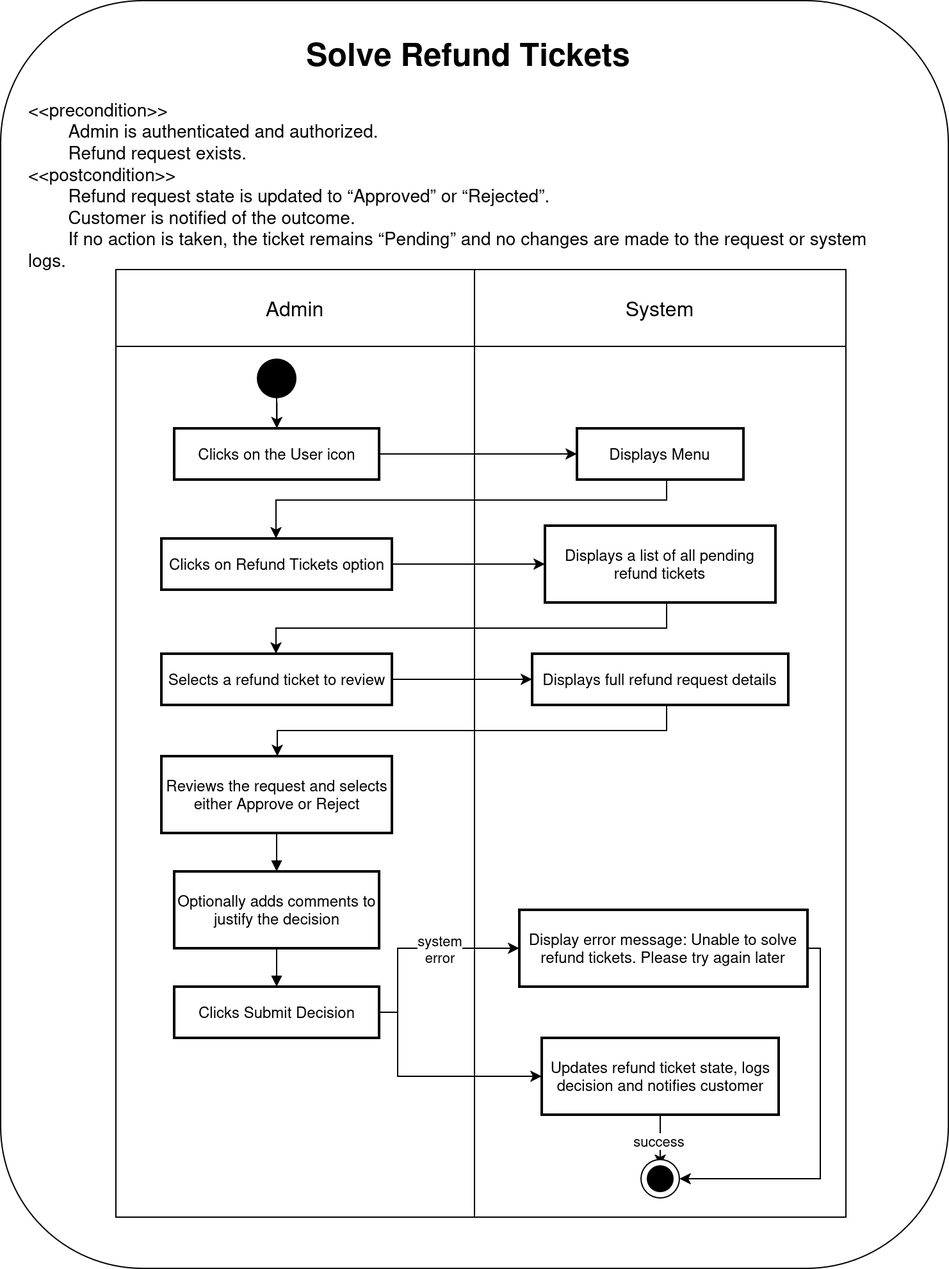
auphong2707/PTTKHT-Final-Report keeps this draw.io diagram as Activity_Diagram/A5.drawio.png. Above is the earlier version. Source tidied: cells renumbered, new cells last; positions are measured from the earlier drawing's top-left corner, leaving out a move shared by most shapes. Its diagram source:
```xml
<mxGraphModel>
  <root>
    <mxCell id="0" />
    <mxCell id="1" parent="0" />
    <mxCell id="2" style="rounded=1;whiteSpace=wrap;html=1;" parent="1" vertex="1">
      <mxGeometry width="740" height="990" as="geometry" />
    </mxCell>
    <mxCell id="3" style="whiteSpace=wrap;strokeWidth=1;" parent="1" vertex="1">
      <mxGeometry x="370" y="270" width="290" height="680" as="geometry" />
    </mxCell>
    <mxCell id="4" style="whiteSpace=wrap;strokeWidth=1;" parent="1" vertex="1">
      <mxGeometry x="90" y="270" width="280" height="680" as="geometry" />
    </mxCell>
    <mxCell id="5" style="edgeStyle=orthogonalEdgeStyle;rounded=0;jettySize=auto;html=1;" parent="1" edge="1" source="6" target="18">
      <mxGeometry relative="1" as="geometry" />
    </mxCell>
    <mxCell id="6" value="Clicks on the User icon" style="whiteSpace=wrap;strokeWidth=2;" parent="1" vertex="1">
      <mxGeometry x="135.5" y="334" width="160" height="40" as="geometry" />
    </mxCell>
    <mxCell id="7" style="edgeStyle=orthogonalEdgeStyle;rounded=0;jettySize=auto;html=1;" parent="1" edge="1" source="8" target="20">
      <mxGeometry relative="1" as="geometry" />
    </mxCell>
    <mxCell id="8" value="Clicks on Refund Tickets option" style="whiteSpace=wrap;strokeWidth=2;" parent="1" vertex="1">
      <mxGeometry x="125.5" y="420" width="180" height="40" as="geometry" />
    </mxCell>
    <mxCell id="9" style="edgeStyle=orthogonalEdgeStyle;rounded=0;jettySize=auto;html=1;entryX=0;entryY=0.5;entryDx=0;entryDy=0;" parent="1" edge="1" source="10" target="22">
      <mxGeometry relative="1" as="geometry" />
    </mxCell>
    <mxCell id="10" value="Selects a refund ticket to review" style="whiteSpace=wrap;strokeWidth=2;" parent="1" vertex="1">
      <mxGeometry x="125.5" y="510" width="180" height="40" as="geometry" />
    </mxCell>
    <mxCell id="11" value="Reviews the request and selects either Approve or Reject" style="whiteSpace=wrap;strokeWidth=2;" parent="1" vertex="1">
      <mxGeometry x="125.5" y="590" width="180" height="60" as="geometry" />
    </mxCell>
    <mxCell id="12" value="Optionally adds comments to justify the decision" style="whiteSpace=wrap;strokeWidth=2;" parent="1" vertex="1">
      <mxGeometry x="135.5" y="680" width="160" height="60" as="geometry" />
    </mxCell>
    <mxCell id="13" style="edgeStyle=orthogonalEdgeStyle;rounded=0;jettySize=auto;html=1;" parent="1" edge="1" source="16" target="24">
      <mxGeometry relative="1" as="geometry">
        <Array as="points">
          <mxPoint x="310" y="790" />
          <mxPoint x="310" y="740" />
        </Array>
      </mxGeometry>
    </mxCell>
    <mxCell id="14" value="system&lt;br&gt;&lt;div&gt;error&lt;/div&gt;" style="edgeLabel;html=1;align=center;verticalAlign=middle;" parent="13" vertex="1">
      <mxGeometry x="0.09" relative="1" as="geometry">
        <mxPoint x="8" as="offset" />
      </mxGeometry>
    </mxCell>
    <mxCell id="15" style="edgeStyle=orthogonalEdgeStyle;rounded=0;jettySize=auto;html=1;" parent="1" edge="1" source="16" target="27">
      <mxGeometry relative="1" as="geometry">
        <Array as="points">
          <mxPoint x="310" y="790" />
          <mxPoint x="310" y="840" />
        </Array>
      </mxGeometry>
    </mxCell>
    <mxCell id="16" value="Clicks Submit Decision" style="whiteSpace=wrap;strokeWidth=2;" parent="1" vertex="1">
      <mxGeometry x="135.5" y="770" width="160" height="40" as="geometry" />
    </mxCell>
    <mxCell id="17" style="edgeStyle=orthogonalEdgeStyle;rounded=0;jettySize=auto;html=1;" parent="1" edge="1" source="18" target="8">
      <mxGeometry relative="1" as="geometry">
        <Array as="points">
          <mxPoint x="520" y="390" />
          <mxPoint x="215" y="390" />
        </Array>
      </mxGeometry>
    </mxCell>
    <mxCell id="18" value="Displays Menu" style="whiteSpace=wrap;strokeWidth=2;" parent="1" vertex="1">
      <mxGeometry x="450" y="334" width="130" height="40" as="geometry" />
    </mxCell>
    <mxCell id="19" style="edgeStyle=orthogonalEdgeStyle;rounded=0;jettySize=auto;html=1;" parent="1" edge="1" source="20" target="10">
      <mxGeometry relative="1" as="geometry">
        <Array as="points">
          <mxPoint x="520" y="490" />
          <mxPoint x="215" y="490" />
        </Array>
      </mxGeometry>
    </mxCell>
    <mxCell id="20" value="Displays a list of all pending refund tickets" style="whiteSpace=wrap;strokeWidth=2;" parent="1" vertex="1">
      <mxGeometry x="425" y="410" width="180" height="60" as="geometry" />
    </mxCell>
    <mxCell id="21" style="edgeStyle=orthogonalEdgeStyle;rounded=0;jettySize=auto;html=1;" parent="1" edge="1" source="22" target="11">
      <mxGeometry relative="1" as="geometry">
        <Array as="points">
          <mxPoint x="520" y="570" />
          <mxPoint x="216" y="570" />
        </Array>
      </mxGeometry>
    </mxCell>
    <mxCell id="22" value="Displays full refund request details" style="whiteSpace=wrap;strokeWidth=2;" parent="1" vertex="1">
      <mxGeometry x="415" y="510" width="200" height="40" as="geometry" />
    </mxCell>
    <mxCell id="23" style="edgeStyle=orthogonalEdgeStyle;rounded=0;jettySize=auto;html=1;entryX=1;entryY=0.5;entryDx=0;entryDy=0;" parent="1" edge="1" source="24" target="33">
      <mxGeometry relative="1" as="geometry">
        <Array as="points">
          <mxPoint x="640" y="740" />
          <mxPoint x="640" y="920" />
        </Array>
      </mxGeometry>
    </mxCell>
    <mxCell id="24" value="Display error message: Unable to solve refund tickets. Please try again later" style="whiteSpace=wrap;strokeWidth=2;" parent="1" vertex="1">
      <mxGeometry x="405" y="710" width="225" height="60" as="geometry" />
    </mxCell>
    <mxCell id="25" style="edgeStyle=orthogonalEdgeStyle;rounded=0;jettySize=auto;html=1;entryX=0.5;entryY=0;entryDx=0;entryDy=0;" parent="1" edge="1" source="27" target="34">
      <mxGeometry relative="1" as="geometry" />
    </mxCell>
    <mxCell id="26" value="&lt;div&gt;success&lt;/div&gt;" style="edgeLabel;html=1;align=center;verticalAlign=middle;" parent="25" vertex="1">
      <mxGeometry x="-0.04" y="-2" relative="1" as="geometry" />
    </mxCell>
    <mxCell id="27" value="Updates refund ticket state, logs decision and notifies customer" style="whiteSpace=wrap;strokeWidth=2;" parent="1" vertex="1">
      <mxGeometry x="422.5" y="810" width="185" height="60" as="geometry" />
    </mxCell>
    <mxCell id="28" style="curved=1;startArrow=none;endArrow=block;exitX=0.5;exitY=1;entryX=0.5;entryY=0;rounded=0;" parent="1" edge="1" source="11" target="12">
      <mxGeometry relative="1" as="geometry" />
    </mxCell>
    <mxCell id="29" style="curved=1;startArrow=none;endArrow=block;exitX=0.5;exitY=1;entryX=0.5;entryY=0;rounded=0;" parent="1" edge="1" source="12" target="16">
      <mxGeometry relative="1" as="geometry" />
    </mxCell>
    <mxCell id="30" style="edgeStyle=orthogonalEdgeStyle;rounded=0;jettySize=auto;html=1;" parent="1" edge="1" source="31" target="6">
      <mxGeometry relative="1" as="geometry" />
    </mxCell>
    <mxCell id="31" style="ellipse;whiteSpace=wrap;html=1;fillColor=#000000;direction=south;" parent="1" vertex="1">
      <mxGeometry x="200.5" y="280" width="30" height="30" as="geometry" />
    </mxCell>
    <mxCell id="32" style="group;" parent="1" vertex="1">
      <mxGeometry x="500" y="905" width="30" height="30" as="geometry" />
    </mxCell>
    <mxCell id="33" style="ellipse;whiteSpace=wrap;html=1;fillColor=#FFFFFF;" parent="32" vertex="1">
      <mxGeometry width="30" height="30" as="geometry" />
    </mxCell>
    <mxCell id="34" style="ellipse;whiteSpace=wrap;html=1;fillColor=#000000;" parent="32" vertex="1">
      <mxGeometry x="5" y="5" width="20" height="20" as="geometry" />
    </mxCell>
    <mxCell id="35" value="&lt;font style=&quot;font-size: 16px;&quot;&gt;Admin&lt;/font&gt;" style="rounded=0;whiteSpace=wrap;html=1;" parent="1" vertex="1">
      <mxGeometry x="90" y="210" width="280" height="60" as="geometry" />
    </mxCell>
    <mxCell id="36" value="&lt;font style=&quot;font-size: 16px;&quot;&gt;System&lt;/font&gt;" style="rounded=0;whiteSpace=wrap;html=1;" parent="1" vertex="1">
      <mxGeometry x="370" y="210" width="290" height="60" as="geometry" />
    </mxCell>
    <mxCell id="37" value="&lt;&lt;precondition&gt;&gt; &#10;        Admin is authenticated and authorized.&#10;        Refund request exists.&#10;&lt;&lt;postcondition&gt;&gt;&#10;        Refund request state is updated to “Approved” or “Rejected”.&#10;        Customer is notified of the outcome.&#10;        If no action is taken, the ticket remains “Pending” and no changes are made to the request or system logs." style="text;whiteSpace=wrap;fontSize=14;" parent="1" vertex="1">
      <mxGeometry x="20" y="70" width="690" height="130" as="geometry" />
    </mxCell>
    <mxCell id="38" value="Solve Refund Tickets" style="text;whiteSpace=wrap;fontSize=25;fontStyle=1;align=center;" parent="1" vertex="1">
      <mxGeometry x="188.6" y="20" width="352.8" height="50" as="geometry" />
    </mxCell>
  </root>
</mxGraphModel>
```
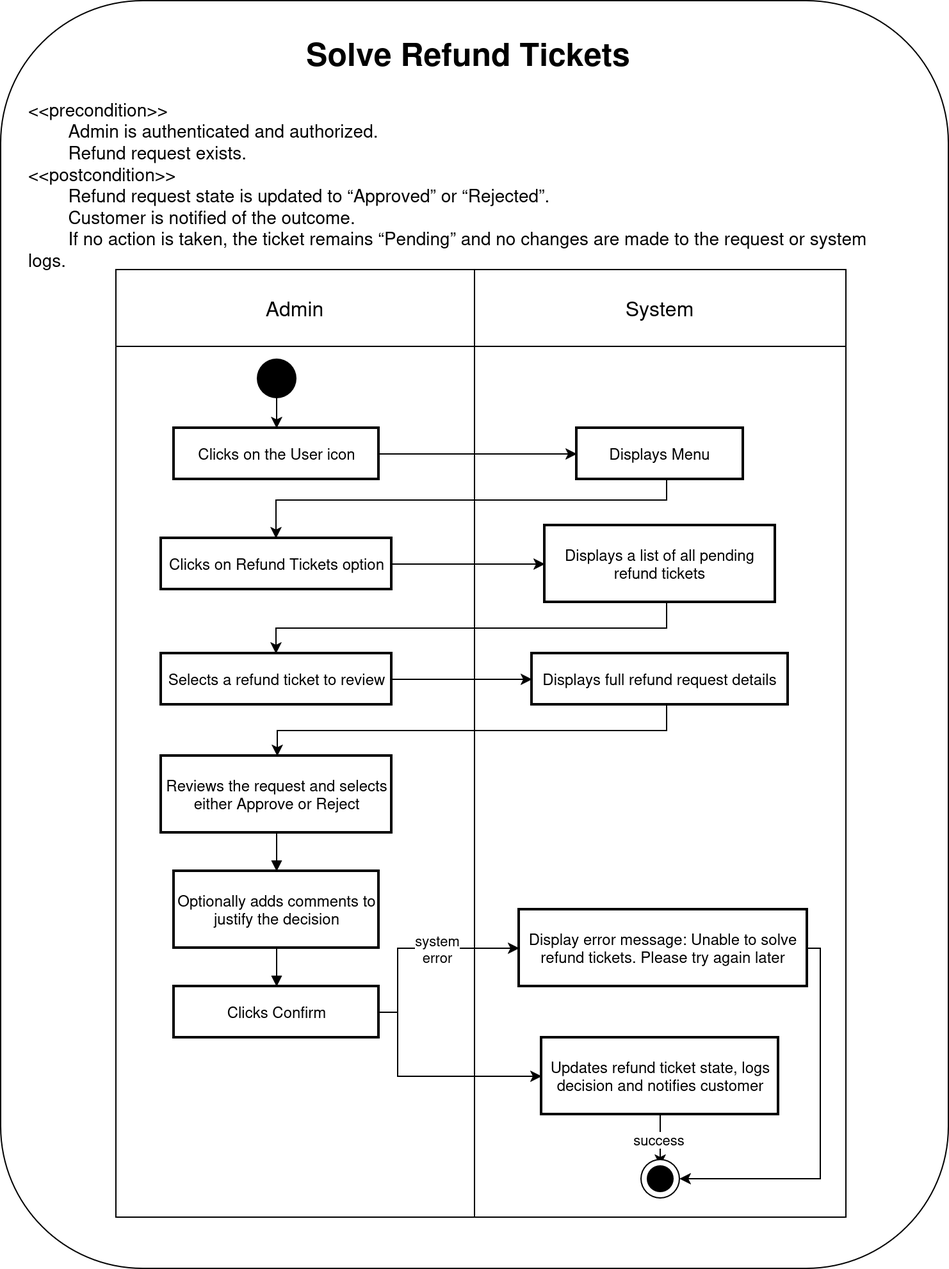
After the change.

Diff of the diagram source:
```diff
@@ -56,7 +56,7 @@
         </Array>
       </mxGeometry>
     </mxCell>
-    <mxCell id="16" value="Clicks Submit Decision" style="whiteSpace=wrap;strokeWidth=2;" parent="1" vertex="1">
+    <mxCell id="16" value="Clicks Confirm" style="whiteSpace=wrap;strokeWidth=2;" parent="1" vertex="1">
       <mxGeometry x="135.5" y="770" width="160" height="40" as="geometry" />
     </mxCell>
     <mxCell id="17" style="edgeStyle=orthogonalEdgeStyle;rounded=0;jettySize=auto;html=1;" parent="1" edge="1" source="18" target="8">
```
